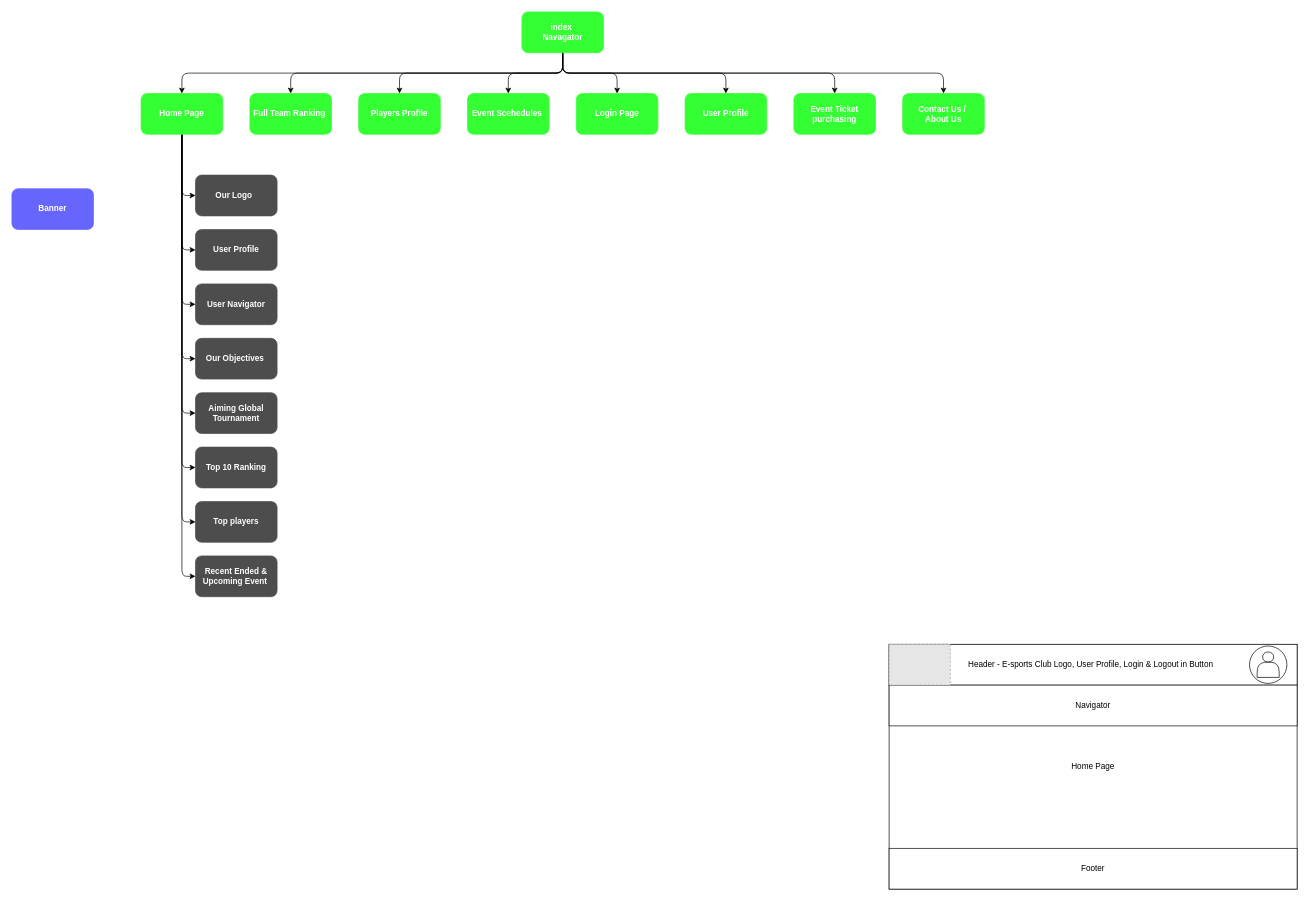
This is homepage_wireframes.drawio from 0923frisk-max/Front-End_Web_Assignment_Group55, a draw.io file, before an edit. Source tidied: cells renumbered, new cells numbered last; positions are measured from the earlier drawing's top-left corner, leaving out a move shared by most shapes. Both pictures are drawn from the tidied source at 68%, with x=0, y=0 at pixel (12, 12). Pictures stored in the file or linked from it are replaced by grey dashed boxes.
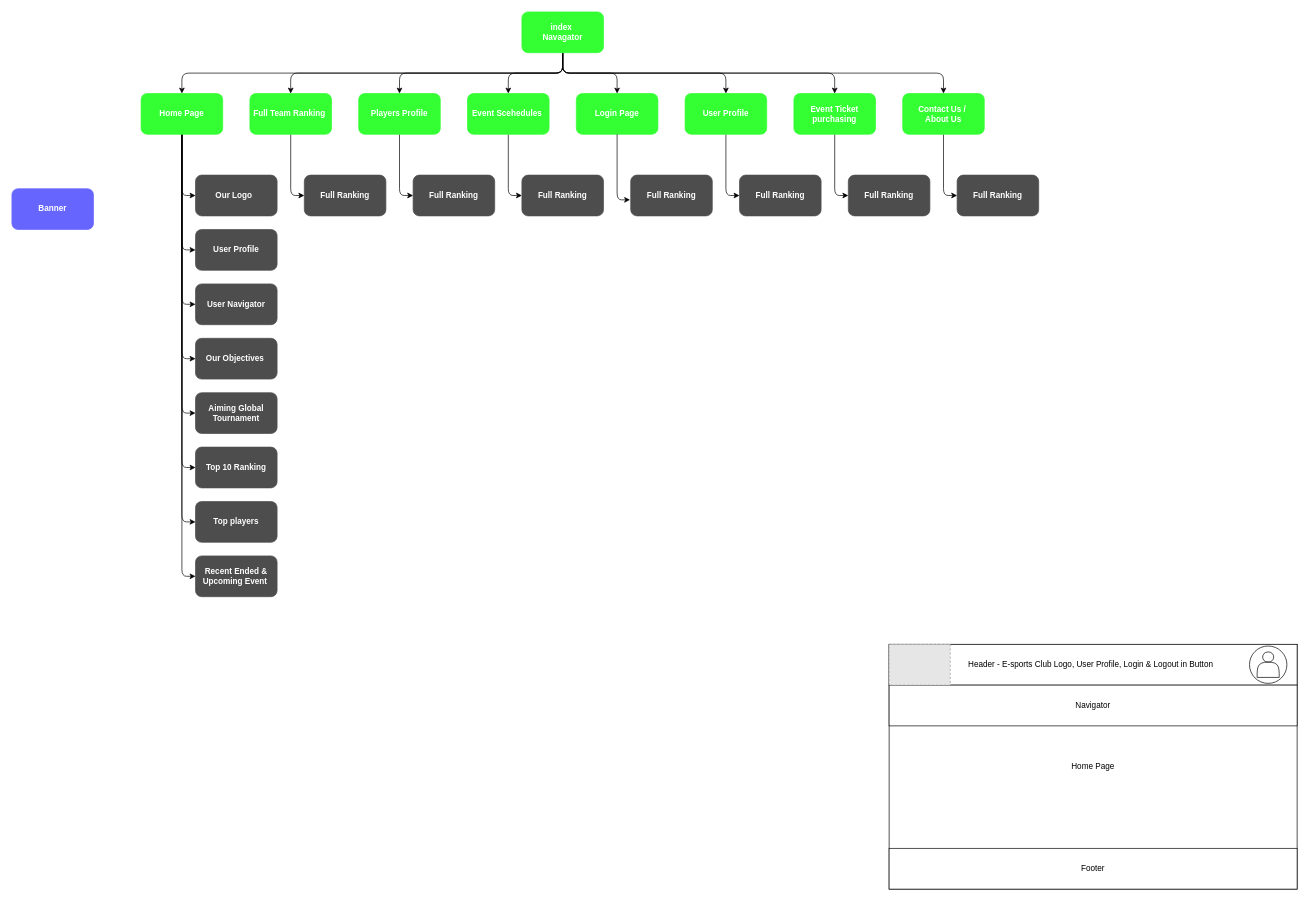
The same page after the edit.

The change refers to these unchanged cells:
```xml
<mxCell id="24" value="&lt;font color=&quot;#ffffff&quot;&gt;&lt;b style=&quot;&quot;&gt;Login Page&lt;/b&gt;&lt;/font&gt;" style="rounded=1;whiteSpace=wrap;html=1;fillColor=#33FF33;strokeColor=#33FF33;" parent="1" vertex="1">
  <mxGeometry x="830" y="120" width="120" height="60" as="geometry" />
</mxCell>
<mxCell id="36" value="&lt;font color=&quot;#ffffff&quot;&gt;&lt;b style=&quot;&quot;&gt;User Profile&lt;/b&gt;&lt;/font&gt;" style="rounded=1;whiteSpace=wrap;html=1;fillColor=#33FF33;strokeColor=#33FF33;" parent="1" vertex="1">
  <mxGeometry x="990" y="120" width="120" height="60" as="geometry" />
</mxCell>
<mxCell id="37" value="&lt;font color=&quot;#ffffff&quot;&gt;&lt;b style=&quot;&quot;&gt;Contact Us /&amp;nbsp;&lt;/b&gt;&lt;/font&gt;&lt;div&gt;&lt;font color=&quot;#ffffff&quot;&gt;&lt;b style=&quot;&quot;&gt;About Us&lt;/b&gt;&lt;/font&gt;&lt;/div&gt;" style="rounded=1;whiteSpace=wrap;html=1;fillColor=#33FF33;strokeColor=#33FF33;" parent="1" vertex="1">
  <mxGeometry x="1310" y="120" width="120" height="60" as="geometry" />
</mxCell>
<mxCell id="38" value="&lt;font color=&quot;#ffffff&quot;&gt;&lt;b style=&quot;&quot;&gt;Full Team Ranking&amp;nbsp;&lt;/b&gt;&lt;/font&gt;" style="rounded=1;whiteSpace=wrap;html=1;fillColor=#33FF33;strokeColor=#33FF33;" parent="1" vertex="1">
  <mxGeometry x="350" y="120" width="120" height="60" as="geometry" />
</mxCell>
<mxCell id="39" value="&lt;font color=&quot;#ffffff&quot;&gt;&lt;b style=&quot;&quot;&gt;Players Profile&lt;/b&gt;&lt;/font&gt;" style="rounded=1;whiteSpace=wrap;html=1;fillColor=#33FF33;strokeColor=#33FF33;" parent="1" vertex="1">
  <mxGeometry x="510" y="120" width="120" height="60" as="geometry" />
</mxCell>
<mxCell id="40" value="&lt;font color=&quot;#ffffff&quot;&gt;&lt;b style=&quot;&quot;&gt;Event Scehedules&amp;nbsp;&lt;/b&gt;&lt;/font&gt;" style="rounded=1;whiteSpace=wrap;html=1;fillColor=#33FF33;strokeColor=#33FF33;" parent="1" vertex="1">
  <mxGeometry x="670" y="120" width="120" height="60" as="geometry" />
</mxCell>
<mxCell id="41" value="&lt;font color=&quot;#ffffff&quot;&gt;&lt;b style=&quot;&quot;&gt;Event Ticket purchasing&lt;/b&gt;&lt;/font&gt;" style="rounded=1;whiteSpace=wrap;html=1;fillColor=#33FF33;strokeColor=#33FF33;" parent="1" vertex="1">
  <mxGeometry x="1150" y="120" width="120" height="60" as="geometry" />
</mxCell>
```

Diff of the diagram source:
```diff
@@
+    <mxCell id="43" style="edgeStyle=orthogonalEdgeStyle;html=1;entryX=0;entryY=0.5;entryDx=0;entryDy=0;" parent="1" edge="1" source="36" target="54">
+      <mxGeometry relative="1" as="geometry" />
+    </mxCell>
@@
+    <mxCell id="44" style="edgeStyle=orthogonalEdgeStyle;html=1;entryX=0;entryY=0.5;entryDx=0;entryDy=0;" parent="1" edge="1" source="37" target="56">
+      <mxGeometry relative="1" as="geometry" />
+    </mxCell>
@@
+    <mxCell id="45" style="edgeStyle=orthogonalEdgeStyle;html=1;entryX=0;entryY=0.5;entryDx=0;entryDy=0;" parent="1" edge="1" source="38" target="49">
+      <mxGeometry relative="1" as="geometry" />
+    </mxCell>
@@
+    <mxCell id="46" style="edgeStyle=orthogonalEdgeStyle;html=1;entryX=0;entryY=0.5;entryDx=0;entryDy=0;" parent="1" edge="1" source="39" target="50">
+      <mxGeometry relative="1" as="geometry" />
+    </mxCell>
@@
+    <mxCell id="47" style="edgeStyle=orthogonalEdgeStyle;html=1;entryX=0;entryY=0.5;entryDx=0;entryDy=0;" parent="1" edge="1" source="40" target="51">
+      <mxGeometry relative="1" as="geometry" />
+    </mxCell>
@@
+    <mxCell id="48" style="edgeStyle=orthogonalEdgeStyle;html=1;entryX=0;entryY=0.5;entryDx=0;entryDy=0;" parent="1" edge="1" source="41" target="55">
+      <mxGeometry relative="1" as="geometry" />
+    </mxCell>
@@
+    <mxCell id="49" value="&lt;b&gt;&lt;font color=&quot;#ffffff&quot;&gt;Full Ranking&lt;/font&gt;&lt;/b&gt;" style="rounded=1;whiteSpace=wrap;html=1;strokeColor=#4D4D4D;fillColor=#4D4D4D;" parent="1" vertex="1">
+      <mxGeometry x="430" y="240" width="120" height="60" as="geometry" />
+    </mxCell>
+    <mxCell id="50" value="&lt;b&gt;&lt;font color=&quot;#ffffff&quot;&gt;Full Ranking&lt;/font&gt;&lt;/b&gt;" style="rounded=1;whiteSpace=wrap;html=1;strokeColor=#4D4D4D;fillColor=#4D4D4D;" parent="1" vertex="1">
+      <mxGeometry x="590" y="240" width="120" height="60" as="geometry" />
+    </mxCell>
+    <mxCell id="51" value="&lt;b&gt;&lt;font color=&quot;#ffffff&quot;&gt;Full Ranking&lt;/font&gt;&lt;/b&gt;" style="rounded=1;whiteSpace=wrap;html=1;strokeColor=#4D4D4D;fillColor=#4D4D4D;" parent="1" vertex="1">
+      <mxGeometry x="750" y="240" width="120" height="60" as="geometry" />
+    </mxCell>
+    <mxCell id="52" value="&lt;b&gt;&lt;font color=&quot;#ffffff&quot;&gt;Full Ranking&lt;/font&gt;&lt;/b&gt;" style="rounded=1;whiteSpace=wrap;html=1;strokeColor=#4D4D4D;fillColor=#4D4D4D;" parent="1" vertex="1">
+      <mxGeometry x="910" y="240" width="120" height="60" as="geometry" />
+    </mxCell>
+    <mxCell id="53" style="edgeStyle=orthogonalEdgeStyle;html=1;entryX=-0.008;entryY=0.606;entryDx=0;entryDy=0;entryPerimeter=0;" parent="1" edge="1" source="24" target="52">
+      <mxGeometry relative="1" as="geometry" />
+    </mxCell>
+    <mxCell id="54" value="&lt;b&gt;&lt;font color=&quot;#ffffff&quot;&gt;Full Ranking&lt;/font&gt;&lt;/b&gt;" style="rounded=1;whiteSpace=wrap;html=1;strokeColor=#4D4D4D;fillColor=#4D4D4D;" parent="1" vertex="1">
+      <mxGeometry x="1070" y="240" width="120" height="60" as="geometry" />
+    </mxCell>
+    <mxCell id="55" value="&lt;b&gt;&lt;font color=&quot;#ffffff&quot;&gt;Full Ranking&lt;/font&gt;&lt;/b&gt;" style="rounded=1;whiteSpace=wrap;html=1;strokeColor=#4D4D4D;fillColor=#4D4D4D;" parent="1" vertex="1">
+      <mxGeometry x="1230" y="240" width="120" height="60" as="geometry" />
+    </mxCell>
+    <mxCell id="56" value="&lt;b&gt;&lt;font color=&quot;#ffffff&quot;&gt;Full Ranking&lt;/font&gt;&lt;/b&gt;" style="rounded=1;whiteSpace=wrap;html=1;strokeColor=#4D4D4D;fillColor=#4D4D4D;" parent="1" vertex="1">
+      <mxGeometry x="1390" y="240" width="120" height="60" as="geometry" />
+    </mxCell>
```
